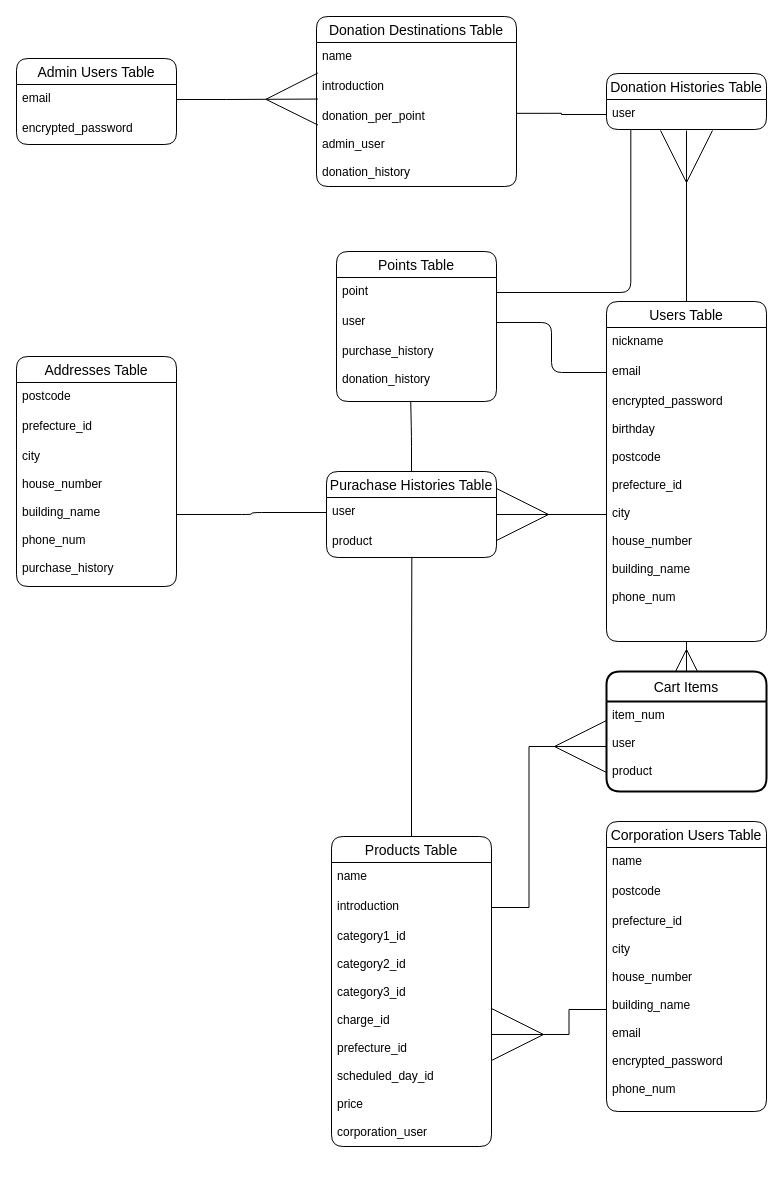
Before: sc.dio in nishipee/sc_app, a draw.io diagram. Source tidied: cells renumbered, new cells numbered last; positions are measured from the earlier drawing's top-left corner, leaving out a move shared by most shapes. Both pictures are drawn from the tidied source at 100%, with x=0, y=0 at pixel (16, 16).
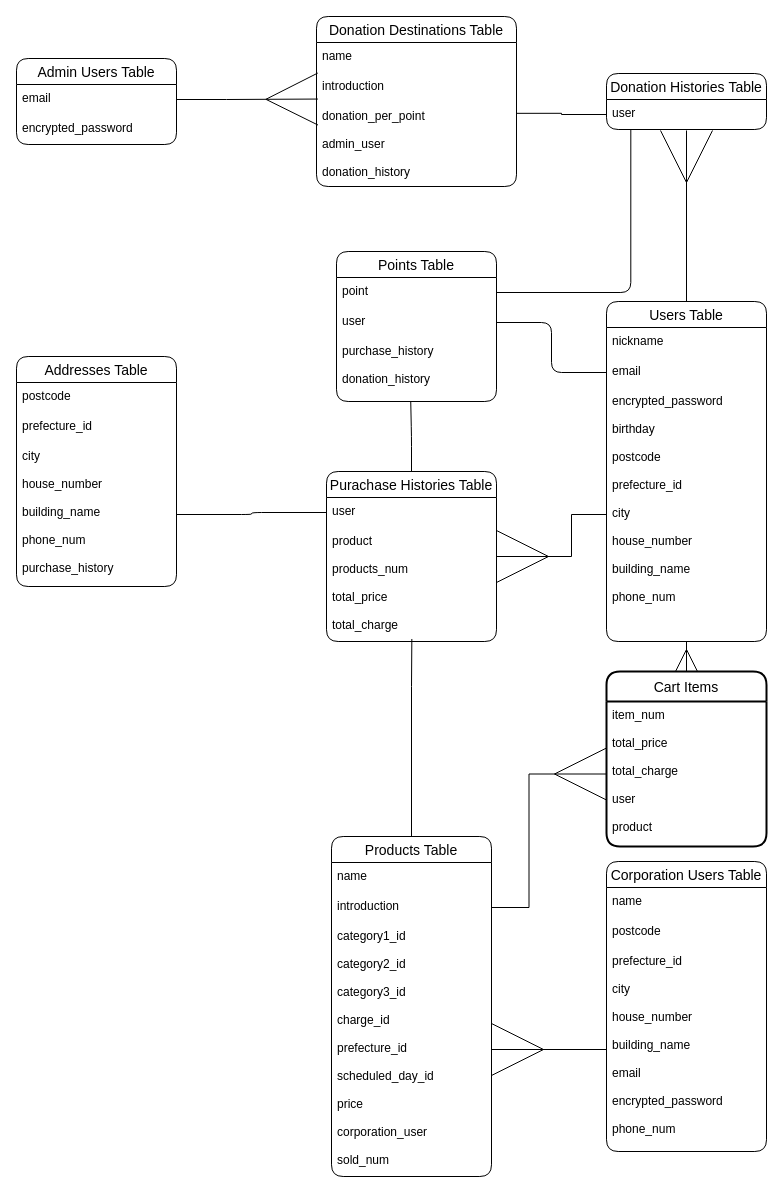
Above is the later version.

Change to the diagram source:
```diff
@@
     <mxCell id="7" value="Corporation Users Table" style="swimlane;fontStyle=0;horizontal=1;startSize=26;align=center;fontSize=14;rounded=1;" parent="1" vertex="1">
-      <mxGeometry x="590" y="805" width="160" height="290" as="geometry" />
+      <mxGeometry x="590" y="845" width="160" height="290" as="geometry" />
     </mxCell>
@@
     <mxCell id="11" style="edgeStyle=orthogonalEdgeStyle;rounded=0;jettySize=auto;html=1;exitX=0.5;exitY=0;exitDx=0;exitDy=0;entryX=0.502;entryY=0.978;entryDx=0;entryDy=0;entryPerimeter=0;endArrow=none;endFill=0;endSize=50;" parent="1" edge="1" source="12" target="23">
-      <mxGeometry relative="1" as="geometry" />
+      <mxGeometry relative="1" as="geometry">
+        <Array as="points">
+          <mxPoint x="395" y="670" />
+          <mxPoint x="395" y="670" />
+        </Array>
+      </mxGeometry>
     </mxCell>
     <mxCell id="12" value="Products Table" style="swimlane;fontStyle=0;horizontal=1;startSize=26;align=center;fontSize=14;rounded=1;" parent="1" vertex="1">
-      <mxGeometry x="315" y="820" width="160" height="310" as="geometry" />
+      <mxGeometry x="315" y="820" width="160" height="340" as="geometry" />
     </mxCell>
@@
-    <mxCell id="15" value="category1_id&#10;&#10;category2_id&#10;&#10;category3_id&#10;&#10;charge_id&#10;&#10;prefecture_id&#10;&#10;scheduled_day_id&#10;&#10;price&#10;&#10;corporation_user" style="text;strokeColor=none;fillColor=none;spacingLeft=4;spacingRight=4;overflow=hidden;points=[[0,0.5],[1,0.5]];portConstraint=eastwest;fontSize=12;" parent="12" vertex="1">
-      <mxGeometry y="86" width="160" height="224" as="geometry" />
+    <mxCell id="15" value="category1_id&#10;&#10;category2_id&#10;&#10;category3_id&#10;&#10;charge_id&#10;&#10;prefecture_id&#10;&#10;scheduled_day_id&#10;&#10;price&#10;&#10;corporation_user&#10;&#10;sold_num" style="text;strokeColor=none;fillColor=none;spacingLeft=4;spacingRight=4;overflow=hidden;points=[[0,0.5],[1,0.5]];portConstraint=eastwest;fontSize=12;" parent="12" vertex="1">
+      <mxGeometry y="86" width="160" height="254" as="geometry" />
     </mxCell>
@@
     <mxCell id="21" value="Purachase Histories Table" style="swimlane;fontStyle=0;horizontal=1;startSize=26;align=center;fontSize=14;rounded=1;" parent="1" vertex="1">
-      <mxGeometry x="310" y="455" width="170" height="86" as="geometry" />
+      <mxGeometry x="310" y="455" width="170" height="170" as="geometry" />
     </mxCell>
@@
-    <mxCell id="23" value="product" style="text;strokeColor=none;fillColor=none;spacingLeft=4;spacingRight=4;overflow=hidden;points=[[0,0.5],[1,0.5]];portConstraint=eastwest;fontSize=12;" parent="21" vertex="1">
-      <mxGeometry y="56" width="170" height="30" as="geometry" />
+    <mxCell id="23" value="product&#10;&#10;products_num&#10;&#10;total_price&#10;&#10;total_charge" style="text;strokeColor=none;fillColor=none;spacingLeft=4;spacingRight=4;overflow=hidden;points=[[0,0.5],[1,0.5]];portConstraint=eastwest;fontSize=12;" parent="21" vertex="1">
+      <mxGeometry y="56" width="170" height="114" as="geometry" />
     </mxCell>
@@
     <mxCell id="45" value="Cart Items" style="swimlane;horizontal=1;startSize=30;rounded=1;fontSize=14;fontStyle=0;strokeWidth=2;shadow=0;dashed=0;align=center;" parent="1" vertex="1">
-      <mxGeometry x="590" y="655" width="160" height="120" as="geometry" />
+      <mxGeometry x="590" y="655" width="160" height="175" as="geometry" />
     </mxCell>
-    <mxCell id="46" value="item_num&#10;&#10;user&#10;&#10;product" style="align=left;strokeColor=none;fillColor=none;spacingLeft=4;fontSize=12;verticalAlign=top;" parent="45" vertex="1">
-      <mxGeometry y="30" width="160" height="90" as="geometry" />
+    <mxCell id="46" value="item_num&#10;&#10;total_price&#10;&#10;total_charge&#10;&#10;user&#10;&#10;product" style="align=left;strokeColor=none;fillColor=none;spacingLeft=4;fontSize=12;verticalAlign=top;" parent="45" vertex="1">
+      <mxGeometry y="30" width="160" height="145" as="geometry" />
     </mxCell>
```
